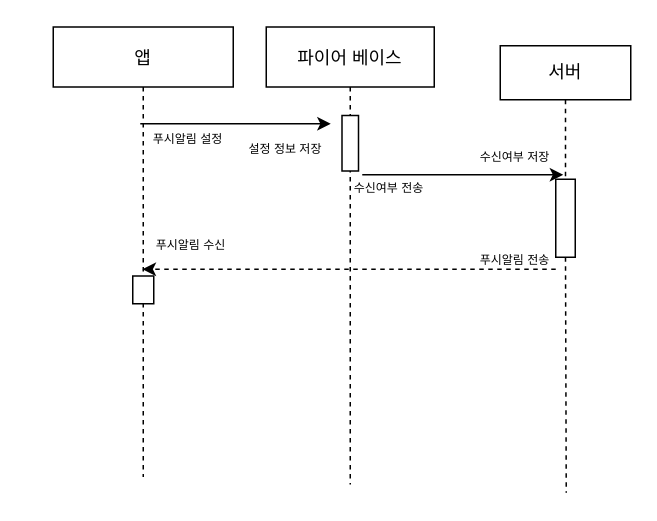
seongjin17/gnu keeps this draw.io diagram as Untitled Diagram.drawio. Above is the earlier version. Source tidied: cells renumbered, new cells numbered last; positions are measured from the earlier drawing's top-left corner, leaving out a move shared by most shapes. Both pictures are drawn from the tidied source at 150%, with x=0, y=0 at pixel (52, 26).
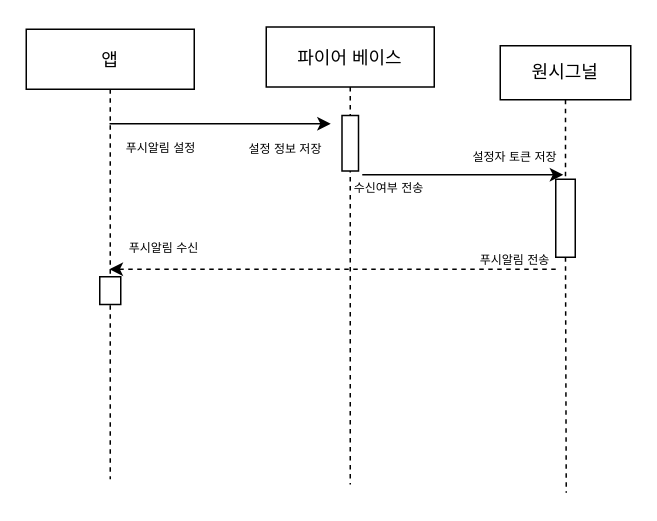
The same diagram, later.

Diff of the diagram source:
```diff
@@
     <mxCell id="6" value="앱" style="shape=umlLifeline;perimeter=lifelinePerimeter;rounded=0;shadow=0;strokeWidth=1;" parent="1" vertex="1">
-      <mxGeometry y="0.5" width="120" height="300" as="geometry" />
+      <mxGeometry x="-18" y="2" width="112" height="300" as="geometry" />
     </mxCell>
     <mxCell id="7" value="푸시알림 설정" style="text;html=1;strokeColor=none;fillColor=none;align=center;verticalAlign=middle;whiteSpace=wrap;rounded=0;fontSize=8;" parent="6" vertex="1">
-      <mxGeometry x="60" y="61.5" width="60" height="25" as="geometry" />
+      <mxGeometry x="60" y="66" width="60" height="25" as="geometry" />
     </mxCell>
@@
     <mxCell id="9" style="rounded=0;whiteSpace=wrap;html=1;fontSize=8;fillColor=default;gradientColor=none;" parent="6" vertex="1">
-      <mxGeometry x="53" y="166" width="14" height="18.5" as="geometry" />
+      <mxGeometry x="49" y="165" width="14" height="18.5" as="geometry" />
     </mxCell>
-    <mxCell id="10" value="서버" style="rounded=0;whiteSpace=wrap;html=1;" parent="1" vertex="1">
+    <mxCell id="10" value="원시그널" style="rounded=0;whiteSpace=wrap;html=1;" parent="1" vertex="1">
       <mxGeometry x="298" y="13" width="87" height="36" as="geometry" />
     </mxCell>
@@
-    <mxCell id="12" style="endArrow=classic;html=1;rounded=0;" parent="1" edge="1">
+    <mxCell id="12" style="endArrow=classic;html=1;rounded=0;" parent="1" edge="1" source="6">
       <mxGeometry relative="1" as="geometry">
-        <mxPoint x="58" y="65" as="sourcePoint" />
         <mxPoint x="185" y="65" as="targetPoint" />
       </mxGeometry>
     </mxCell>
@@
-    <mxCell id="18" value="수신여부 저장" style="text;html=1;strokeColor=none;fillColor=none;align=center;verticalAlign=middle;whiteSpace=wrap;rounded=0;fontSize=8;" parent="1" vertex="1">
+    <mxCell id="18" value="설정자 토큰 저장" style="text;html=1;strokeColor=none;fillColor=none;align=center;verticalAlign=middle;whiteSpace=wrap;rounded=0;fontSize=8;" parent="1" vertex="1">
       <mxGeometry x="278" y="78" width="60" height="18" as="geometry" />
     </mxCell>
```
